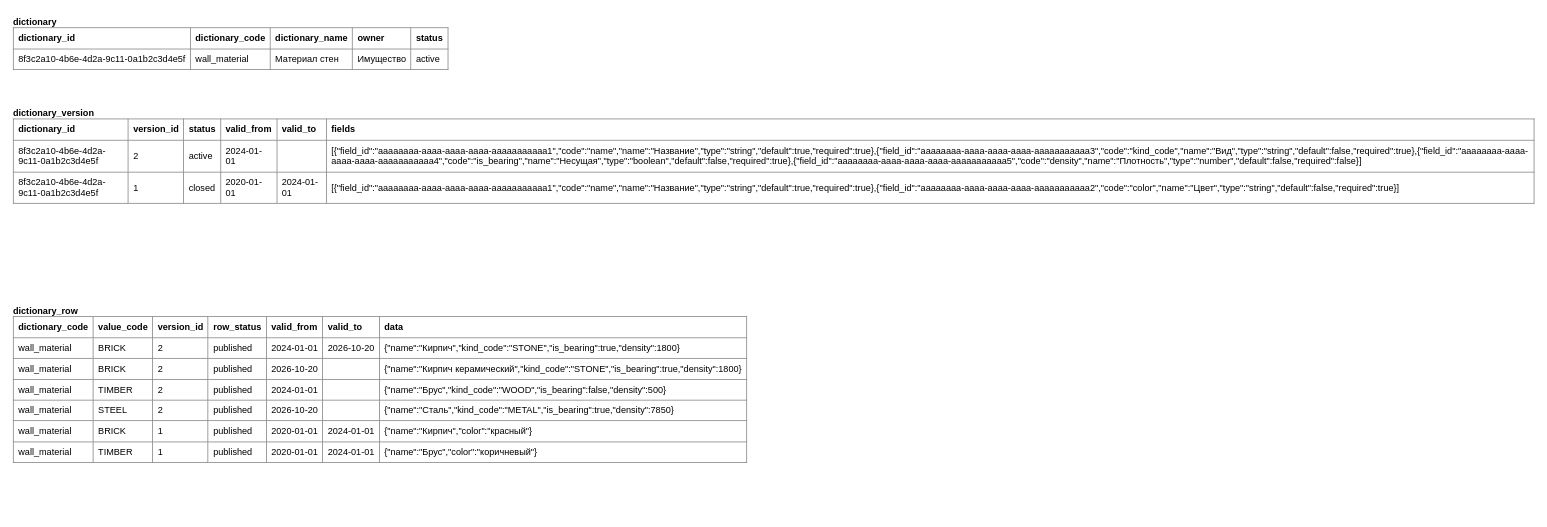
StrannikE95/reference_data keeps this draw.io diagram as docs/1. functional/specification/v2 - 1 таблица/wall_material.drawio. Above is the earlier version. Source tidied: cells renumbered, new cells numbered last; positions are measured from the earlier drawing's top-left corner, leaving out a move shared by most shapes. Both pictures are drawn from the tidied source at 76%, with x=0, y=0 at pixel (13, 13).
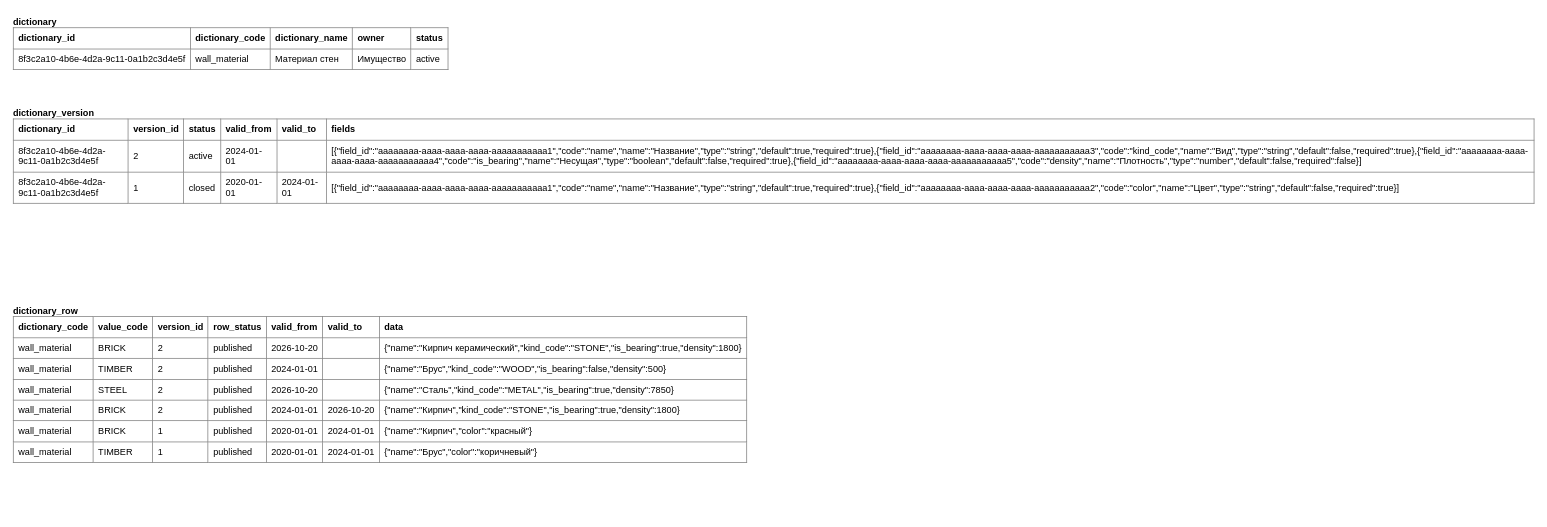
The same page after the edit.

The edit, as a diff of the source:
```diff
@@
 <mxGraphModel>
   <root>
     <mxCell id="0" />
     <mxCell id="1" parent="0" />
     <mxCell id="2" value="&lt;b&gt;dictionary&lt;/b&gt;&lt;br&gt;&lt;table border=&quot;1&quot; cellspacing=&quot;0&quot; cellpadding=&quot;6&quot; style=&quot;border-collapse:collapse;font-size:12px&quot;&gt;&lt;tr&gt;&lt;td&gt;&lt;b&gt;dictionary_id&lt;/b&gt;&lt;/td&gt;&lt;td&gt;&lt;b&gt;dictionary_code&lt;/b&gt;&lt;/td&gt;&lt;td&gt;&lt;b&gt;dictionary_name&lt;/b&gt;&lt;/td&gt;&lt;td&gt;&lt;b&gt;owner&lt;/b&gt;&lt;/td&gt;&lt;td&gt;&lt;b&gt;status&lt;/b&gt;&lt;/td&gt;&lt;/tr&gt;&lt;tr&gt;&lt;td&gt;8f3c2a10-4b6e-4d2a-9c11-0a1b2c3d4e5f&lt;/td&gt;&lt;td&gt;wall_material&lt;/td&gt;&lt;td&gt;Материал стен&lt;/td&gt;&lt;td&gt;Имущество&lt;/td&gt;&lt;td&gt;active&lt;/td&gt;&lt;/tr&gt;&lt;/table&gt;" style="text;html=1;strokeColor=none;fillColor=none;align=left;verticalAlign=top;spacing=0;" parent="1" vertex="1">
       <mxGeometry width="1100" height="90" as="geometry" />
     </mxCell>
     <mxCell id="3" value="&lt;b&gt;dictionary_version&lt;/b&gt;&lt;br&gt;&lt;table border=&quot;1&quot; cellspacing=&quot;0&quot; cellpadding=&quot;6&quot; style=&quot;border-collapse:collapse;font-size:12px&quot;&gt;&lt;tr&gt;&lt;td&gt;&lt;b&gt;dictionary_id&lt;/b&gt;&lt;/td&gt;&lt;td&gt;&lt;b&gt;version_id&lt;/b&gt;&lt;/td&gt;&lt;td&gt;&lt;b&gt;status&lt;/b&gt;&lt;/td&gt;&lt;td&gt;&lt;b&gt;valid_from&lt;/b&gt;&lt;/td&gt;&lt;td&gt;&lt;b&gt;valid_to&lt;/b&gt;&lt;/td&gt;&lt;td&gt;&lt;b&gt;fields&lt;/b&gt;&lt;/td&gt;&lt;/tr&gt;&lt;tr&gt;&lt;td&gt;8f3c2a10-4b6e-4d2a-9c11-0a1b2c3d4e5f&lt;/td&gt;&lt;td&gt;2&lt;/td&gt;&lt;td&gt;active&lt;/td&gt;&lt;td&gt;2024-01-01&lt;/td&gt;&lt;td&gt;&lt;/td&gt;&lt;td&gt;[{&amp;quot;field_id&amp;quot;:&amp;quot;aaaaaaaa-aaaa-aaaa-aaaa-aaaaaaaaaaa1&amp;quot;,&amp;quot;code&amp;quot;:&amp;quot;name&amp;quot;,&amp;quot;name&amp;quot;:&amp;quot;Название&amp;quot;,&amp;quot;type&amp;quot;:&amp;quot;string&amp;quot;,&amp;quot;default&amp;quot;:true,&amp;quot;required&amp;quot;:true},{&amp;quot;field_id&amp;quot;:&amp;quot;aaaaaaaa-aaaa-aaaa-aaaa-aaaaaaaaaaa3&amp;quot;,&amp;quot;code&amp;quot;:&amp;quot;kind_code&amp;quot;,&amp;quot;name&amp;quot;:&amp;quot;Вид&amp;quot;,&amp;quot;type&amp;quot;:&amp;quot;string&amp;quot;,&amp;quot;default&amp;quot;:false,&amp;quot;required&amp;quot;:true},{&amp;quot;field_id&amp;quot;:&amp;quot;aaaaaaaa-aaaa-aaaa-aaaa-aaaaaaaaaaa4&amp;quot;,&amp;quot;code&amp;quot;:&amp;quot;is_bearing&amp;quot;,&amp;quot;name&amp;quot;:&amp;quot;Несущая&amp;quot;,&amp;quot;type&amp;quot;:&amp;quot;boolean&amp;quot;,&amp;quot;default&amp;quot;:false,&amp;quot;required&amp;quot;:true},{&amp;quot;field_id&amp;quot;:&amp;quot;aaaaaaaa-aaaa-aaaa-aaaa-aaaaaaaaaaa5&amp;quot;,&amp;quot;code&amp;quot;:&amp;quot;density&amp;quot;,&amp;quot;name&amp;quot;:&amp;quot;Плотность&amp;quot;,&amp;quot;type&amp;quot;:&amp;quot;number&amp;quot;,&amp;quot;default&amp;quot;:false,&amp;quot;required&amp;quot;:false}]&lt;/td&gt;&lt;/tr&gt;&lt;tr&gt;&lt;td&gt;8f3c2a10-4b6e-4d2a-9c11-0a1b2c3d4e5f&lt;/td&gt;&lt;td&gt;1&lt;/td&gt;&lt;td&gt;closed&lt;/td&gt;&lt;td&gt;2020-01-01&lt;/td&gt;&lt;td&gt;2024-01-01&lt;/td&gt;&lt;td&gt;[{&amp;quot;field_id&amp;quot;:&amp;quot;aaaaaaaa-aaaa-aaaa-aaaa-aaaaaaaaaaa1&amp;quot;,&amp;quot;code&amp;quot;:&amp;quot;name&amp;quot;,&amp;quot;name&amp;quot;:&amp;quot;Название&amp;quot;,&amp;quot;type&amp;quot;:&amp;quot;string&amp;quot;,&amp;quot;default&amp;quot;:true,&amp;quot;required&amp;quot;:true},{&amp;quot;field_id&amp;quot;:&amp;quot;aaaaaaaa-aaaa-aaaa-aaaa-aaaaaaaaaaa2&amp;quot;,&amp;quot;code&amp;quot;:&amp;quot;color&amp;quot;,&amp;quot;name&amp;quot;:&amp;quot;Цвет&amp;quot;,&amp;quot;type&amp;quot;:&amp;quot;string&amp;quot;,&amp;quot;default&amp;quot;:false,&amp;quot;required&amp;quot;:true}]&lt;/td&gt;&lt;/tr&gt;&lt;/table&gt;" style="text;html=1;strokeColor=none;fillColor=none;align=left;verticalAlign=top;spacing=0;whiteSpace=wrap;" parent="1" vertex="1">
       <mxGeometry y="120" width="2000" height="220" as="geometry" />
     </mxCell>
-    <mxCell id="4" value="&lt;b&gt;dictionary_row&lt;/b&gt;&lt;br&gt;&lt;table border=&quot;1&quot; cellspacing=&quot;0&quot; cellpadding=&quot;6&quot; style=&quot;border-collapse:collapse;font-size:12px&quot;&gt;&lt;tr&gt;&lt;td&gt;&lt;b&gt;dictionary_code&lt;/b&gt;&lt;/td&gt;&lt;td&gt;&lt;b&gt;value_code&lt;/b&gt;&lt;/td&gt;&lt;td&gt;&lt;b&gt;version_id&lt;/b&gt;&lt;/td&gt;&lt;td&gt;&lt;b&gt;row_status&lt;/b&gt;&lt;/td&gt;&lt;td&gt;&lt;b&gt;valid_from&lt;/b&gt;&lt;/td&gt;&lt;td&gt;&lt;b&gt;valid_to&lt;/b&gt;&lt;/td&gt;&lt;td&gt;&lt;b&gt;data&lt;/b&gt;&lt;/td&gt;&lt;/tr&gt;&lt;tr&gt;&lt;td&gt;wall_material&lt;/td&gt;&lt;td&gt;BRICK&lt;/td&gt;&lt;td&gt;2&lt;/td&gt;&lt;td&gt;published&lt;/td&gt;&lt;td&gt;2024-01-01&lt;/td&gt;&lt;td&gt;2026-10-20&lt;/td&gt;&lt;td&gt;{&amp;quot;name&amp;quot;:&amp;quot;Кирпич&amp;quot;,&amp;quot;kind_code&amp;quot;:&amp;quot;STONE&amp;quot;,&amp;quot;is_bearing&amp;quot;:true,&amp;quot;density&amp;quot;:1800}&lt;/td&gt;&lt;/tr&gt;&lt;tr&gt;&lt;td&gt;wall_material&lt;/td&gt;&lt;td&gt;BRICK&lt;/td&gt;&lt;td&gt;2&lt;/td&gt;&lt;td&gt;published&lt;/td&gt;&lt;td&gt;2026-10-20&lt;/td&gt;&lt;td&gt;&lt;/td&gt;&lt;td&gt;{&amp;quot;name&amp;quot;:&amp;quot;Кирпич керамический&amp;quot;,&amp;quot;kind_code&amp;quot;:&amp;quot;STONE&amp;quot;,&amp;quot;is_bearing&amp;quot;:true,&amp;quot;density&amp;quot;:1800}&lt;/td&gt;&lt;/tr&gt;&lt;tr&gt;&lt;td&gt;wall_material&lt;/td&gt;&lt;td&gt;TIMBER&lt;/td&gt;&lt;td&gt;2&lt;/td&gt;&lt;td&gt;published&lt;/td&gt;&lt;td&gt;2024-01-01&lt;/td&gt;&lt;td&gt;&lt;/td&gt;&lt;td&gt;{&amp;quot;name&amp;quot;:&amp;quot;Брус&amp;quot;,&amp;quot;kind_code&amp;quot;:&amp;quot;WOOD&amp;quot;,&amp;quot;is_bearing&amp;quot;:false,&amp;quot;density&amp;quot;:500}&lt;/td&gt;&lt;/tr&gt;&lt;tr&gt;&lt;td&gt;wall_material&lt;/td&gt;&lt;td&gt;STEEL&lt;/td&gt;&lt;td&gt;2&lt;/td&gt;&lt;td&gt;published&lt;/td&gt;&lt;td&gt;2026-10-20&lt;/td&gt;&lt;td&gt;&lt;/td&gt;&lt;td&gt;{&amp;quot;name&amp;quot;:&amp;quot;Сталь&amp;quot;,&amp;quot;kind_code&amp;quot;:&amp;quot;METAL&amp;quot;,&amp;quot;is_bearing&amp;quot;:true,&amp;quot;density&amp;quot;:7850}&lt;/td&gt;&lt;/tr&gt;&lt;tr&gt;&lt;td&gt;wall_material&lt;/td&gt;&lt;td&gt;BRICK&lt;/td&gt;&lt;td&gt;1&lt;/td&gt;&lt;td&gt;published&lt;/td&gt;&lt;td&gt;2020-01-01&lt;/td&gt;&lt;td&gt;2024-01-01&lt;/td&gt;&lt;td&gt;{&amp;quot;name&amp;quot;:&amp;quot;Кирпич&amp;quot;,&amp;quot;color&amp;quot;:&amp;quot;красный&amp;quot;}&lt;/td&gt;&lt;/tr&gt;&lt;tr&gt;&lt;td&gt;wall_material&lt;/td&gt;&lt;td&gt;TIMBER&lt;/td&gt;&lt;td&gt;1&lt;/td&gt;&lt;td&gt;published&lt;/td&gt;&lt;td&gt;2020-01-01&lt;/td&gt;&lt;td&gt;2024-01-01&lt;/td&gt;&lt;td&gt;{&amp;quot;name&amp;quot;:&amp;quot;Брус&amp;quot;,&amp;quot;color&amp;quot;:&amp;quot;коричневый&amp;quot;}&lt;/td&gt;&lt;/tr&gt;&lt;/table&gt;" style="text;html=1;strokeColor=none;fillColor=none;align=left;verticalAlign=top;spacing=0;" parent="1" vertex="1">
+    <mxCell id="4" value="&lt;b&gt;dictionary_row&lt;/b&gt;&lt;br&gt;&lt;table border=&quot;1&quot; cellspacing=&quot;0&quot; cellpadding=&quot;6&quot; style=&quot;border-collapse:collapse;font-size:12px&quot;&gt;&lt;tr&gt;&lt;td&gt;&lt;b&gt;dictionary_code&lt;/b&gt;&lt;/td&gt;&lt;td&gt;&lt;b&gt;value_code&lt;/b&gt;&lt;/td&gt;&lt;td&gt;&lt;b&gt;version_id&lt;/b&gt;&lt;/td&gt;&lt;td&gt;&lt;b&gt;row_status&lt;/b&gt;&lt;/td&gt;&lt;td&gt;&lt;b&gt;valid_from&lt;/b&gt;&lt;/td&gt;&lt;td&gt;&lt;b&gt;valid_to&lt;/b&gt;&lt;/td&gt;&lt;td&gt;&lt;b&gt;data&lt;/b&gt;&lt;/td&gt;&lt;/tr&gt;&lt;tr&gt;&lt;td&gt;wall_material&lt;/td&gt;&lt;td&gt;BRICK&lt;/td&gt;&lt;td&gt;2&lt;/td&gt;&lt;td&gt;published&lt;/td&gt;&lt;td&gt;2026-10-20&lt;/td&gt;&lt;td&gt;&lt;/td&gt;&lt;td&gt;{&amp;quot;name&amp;quot;:&amp;quot;Кирпич керамический&amp;quot;,&amp;quot;kind_code&amp;quot;:&amp;quot;STONE&amp;quot;,&amp;quot;is_bearing&amp;quot;:true,&amp;quot;density&amp;quot;:1800}&lt;/td&gt;&lt;/tr&gt;&lt;tr&gt;&lt;td&gt;wall_material&lt;/td&gt;&lt;td&gt;TIMBER&lt;/td&gt;&lt;td&gt;2&lt;/td&gt;&lt;td&gt;published&lt;/td&gt;&lt;td&gt;2024-01-01&lt;/td&gt;&lt;td&gt;&lt;/td&gt;&lt;td&gt;{&amp;quot;name&amp;quot;:&amp;quot;Брус&amp;quot;,&amp;quot;kind_code&amp;quot;:&amp;quot;WOOD&amp;quot;,&amp;quot;is_bearing&amp;quot;:false,&amp;quot;density&amp;quot;:500}&lt;/td&gt;&lt;/tr&gt;&lt;tr&gt;&lt;td&gt;wall_material&lt;/td&gt;&lt;td&gt;STEEL&lt;/td&gt;&lt;td&gt;2&lt;/td&gt;&lt;td&gt;published&lt;/td&gt;&lt;td&gt;2026-10-20&lt;/td&gt;&lt;td&gt;&lt;/td&gt;&lt;td&gt;{&amp;quot;name&amp;quot;:&amp;quot;Сталь&amp;quot;,&amp;quot;kind_code&amp;quot;:&amp;quot;METAL&amp;quot;,&amp;quot;is_bearing&amp;quot;:true,&amp;quot;density&amp;quot;:7850}&lt;/td&gt;&lt;/tr&gt;&lt;tr&gt;&lt;td&gt;wall_material&lt;/td&gt;&lt;td&gt;BRICK&lt;/td&gt;&lt;td&gt;2&lt;/td&gt;&lt;td&gt;published&lt;/td&gt;&lt;td&gt;2024-01-01&lt;/td&gt;&lt;td&gt;2026-10-20&lt;/td&gt;&lt;td&gt;{&amp;quot;name&amp;quot;:&amp;quot;Кирпич&amp;quot;,&amp;quot;kind_code&amp;quot;:&amp;quot;STONE&amp;quot;,&amp;quot;is_bearing&amp;quot;:true,&amp;quot;density&amp;quot;:1800}&lt;/td&gt;&lt;/tr&gt;&lt;tr&gt;&lt;td&gt;wall_material&lt;/td&gt;&lt;td&gt;BRICK&lt;/td&gt;&lt;td&gt;1&lt;/td&gt;&lt;td&gt;published&lt;/td&gt;&lt;td&gt;2020-01-01&lt;/td&gt;&lt;td&gt;2024-01-01&lt;/td&gt;&lt;td&gt;{&amp;quot;name&amp;quot;:&amp;quot;Кирпич&amp;quot;,&amp;quot;color&amp;quot;:&amp;quot;красный&amp;quot;}&lt;/td&gt;&lt;/tr&gt;&lt;tr&gt;&lt;td&gt;wall_material&lt;/td&gt;&lt;td&gt;TIMBER&lt;/td&gt;&lt;td&gt;1&lt;/td&gt;&lt;td&gt;published&lt;/td&gt;&lt;td&gt;2020-01-01&lt;/td&gt;&lt;td&gt;2024-01-01&lt;/td&gt;&lt;td&gt;{&amp;quot;name&amp;quot;:&amp;quot;Брус&amp;quot;,&amp;quot;color&amp;quot;:&amp;quot;коричневый&amp;quot;}&lt;/td&gt;&lt;/tr&gt;&lt;/table&gt;" style="text;html=1;strokeColor=none;fillColor=none;align=left;verticalAlign=top;spacing=0;" parent="1" vertex="1">
       <mxGeometry y="380" width="1900" height="280" as="geometry" />
     </mxCell>
   </root>
 </mxGraphModel>
```
